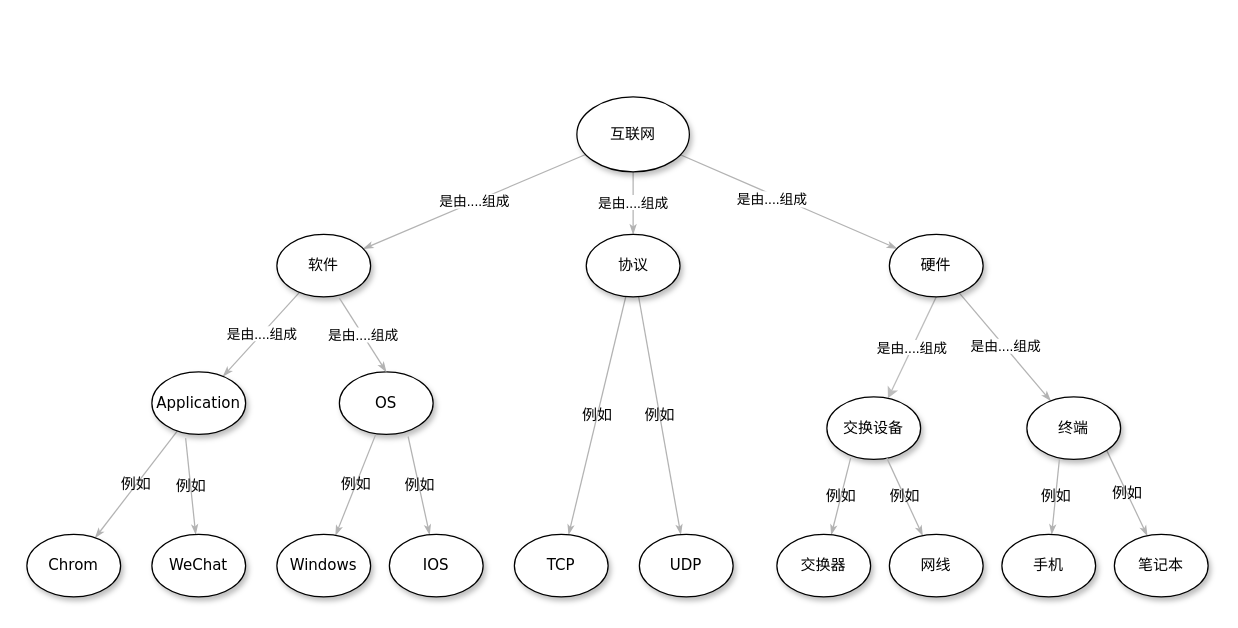
This is “互联网”-conceptMap.drawio from WTZPT/conceptMaps, a draw.io file, before an edit. Source tidied: cells renumbered, new cells numbered last; positions are measured from the earlier drawing's top-left corner, leaving out a move shared by most shapes. Both pictures are drawn from the tidied source at 125%, with x=0, y=0 at pixel (26, 96).
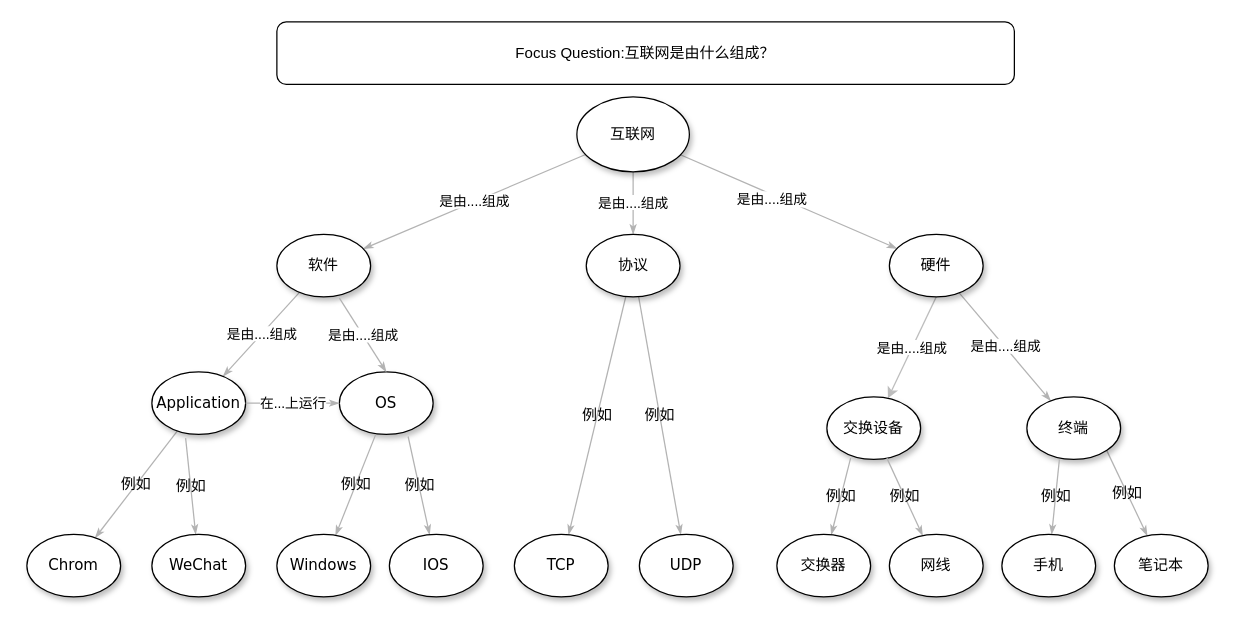
After the change.

Unchanged cells that the change refers to:
```xml
<mxCell id="18" value="OS" style="ellipse;whiteSpace=wrap;html=1;rounded=0;shadow=1;comic=0;labelBackgroundColor=none;strokeWidth=1;fontFamily=Verdana;fontSize=12;align=center;" parent="1" vertex="1">
  <mxGeometry x="250" y="220" width="75" height="50" as="geometry" />
</mxCell>
<mxCell id="22" value="Application" style="ellipse;whiteSpace=wrap;html=1;rounded=0;shadow=1;comic=0;labelBackgroundColor=none;strokeWidth=1;fontFamily=Verdana;fontSize=12;align=center;" parent="1" vertex="1">
  <mxGeometry x="100" y="220" width="75" height="50" as="geometry" />
</mxCell>
```

What changed in the source:
```diff
@@
+    <mxCell id="38" value="&lt;font face=&quot;helvetica&quot;&gt;&lt;span style=&quot;font-size: 11px ; background-color: rgb(255 , 255 , 255)&quot;&gt;在...上运行&lt;br&gt;&lt;/span&gt;&lt;/font&gt;" style="edgeStyle=none;rounded=1;html=1;labelBackgroundColor=none;startArrow=none;startFill=0;startSize=5;endArrow=classicThin;endFill=1;endSize=5;jettySize=auto;strokeColor=#B3B3B3;strokeWidth=1;fontFamily=Verdana;fontSize=12;exitX=1;exitY=0.5;exitDx=0;exitDy=0;" parent="1" edge="1" source="22" target="18">
+      <mxGeometry relative="1" as="geometry" />
+    </mxCell>
+    <mxCell id="39" value="Focus Question:互联网是由什么组成？" style="rounded=1;whiteSpace=wrap;html=1;" parent="1" vertex="1">
+      <mxGeometry x="200" y="-60" width="590" height="50" as="geometry" />
+    </mxCell>
```
